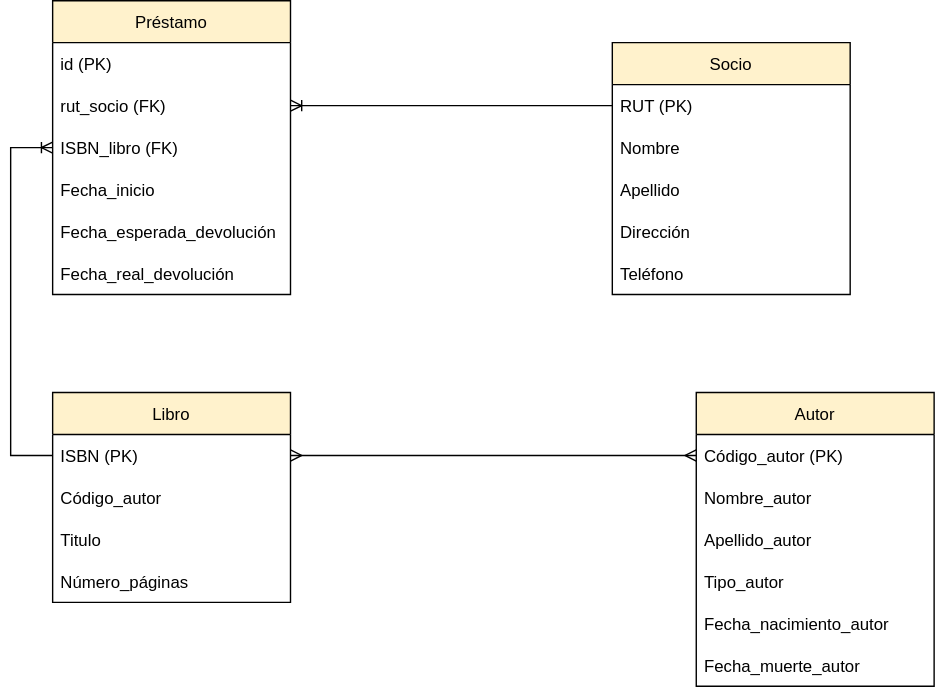
Before: Biblioteca1-2-1.drawio.svg, a diagram exported from draw.io (KarQuis/M5---Prueba). Source tidied: cells renumbered, new cells last; positions are measured from the earlier drawing's top-left corner, leaving out a move shared by most shapes.
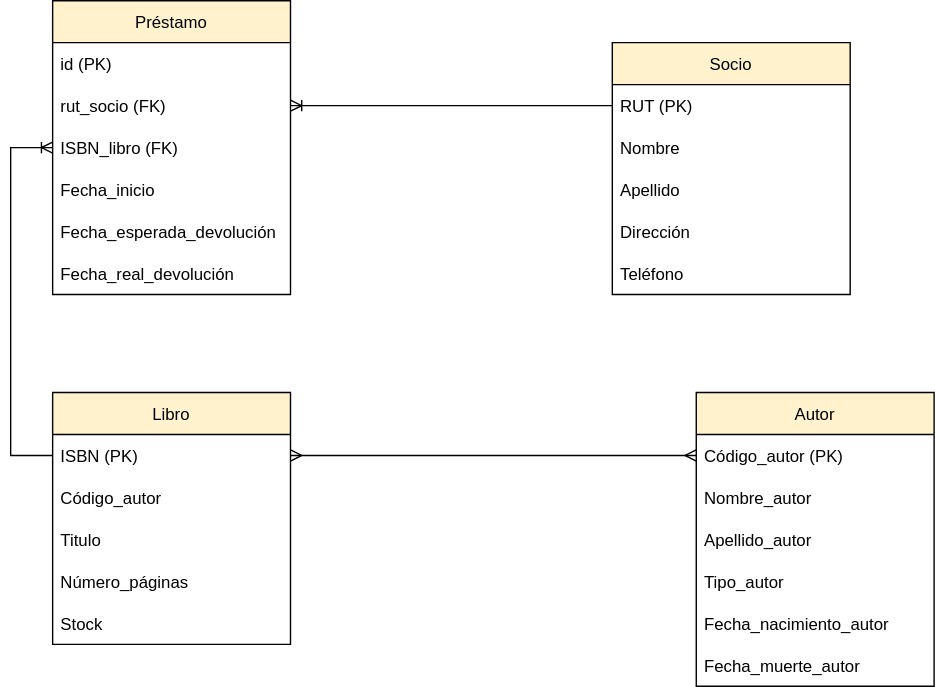
After the commit.

Commit message:
Modelo Logico - 1FN - Biblioteca

Change to the diagram source:
```diff
@@ -42,7 +42,7 @@
       <mxGeometry y="150" width="170" height="30" as="geometry" />
     </mxCell>
     <mxCell id="15" value="Libro" style="swimlane;fontStyle=0;horizontal=1;startSize=30;fillColor=#FFF2CC;" parent="1" vertex="1">
-      <mxGeometry x="30" y="280" width="170" height="150" as="geometry" />
+      <mxGeometry x="30" y="280" width="170" height="180" as="geometry" />
     </mxCell>
     <mxCell id="16" value="ISBN (PK)" style="text;strokeColor=none;fillColor=none;align=left;verticalAlign=middle;spacingLeft=4;spacingRight=4;overflow=hidden;points=[[0,0.5],[1,0.5]];portConstraint=eastwest;" parent="15" vertex="1">
       <mxGeometry y="30" width="170" height="30" as="geometry" />
@@ -56,6 +56,9 @@
     <mxCell id="19" value="Número_páginas" style="text;strokeColor=none;fillColor=none;align=left;verticalAlign=middle;spacingLeft=4;spacingRight=4;overflow=hidden;" parent="15" vertex="1">
       <mxGeometry y="120" width="170" height="30" as="geometry" />
     </mxCell>
+    <mxCell id="30" value="Stock" style="text;strokeColor=none;fillColor=none;align=left;verticalAlign=middle;spacingLeft=4;spacingRight=4;overflow=hidden;" parent="15" vertex="1">
+      <mxGeometry y="150" width="170" height="30" as="geometry" />
+    </mxCell>
     <mxCell id="20" style="edgeStyle=entityRelationEdgeStyle;fontSize=12;html=1;endArrow=ERoneToMany;rounded=0;exitX=0;exitY=0.5;exitDx=0;exitDy=0;entryX=1;entryY=0.5;entryDx=0;entryDy=0;" parent="1" edge="1" source="10" target="4">
       <mxGeometry relative="1" as="geometry" />
     </mxCell>
```
